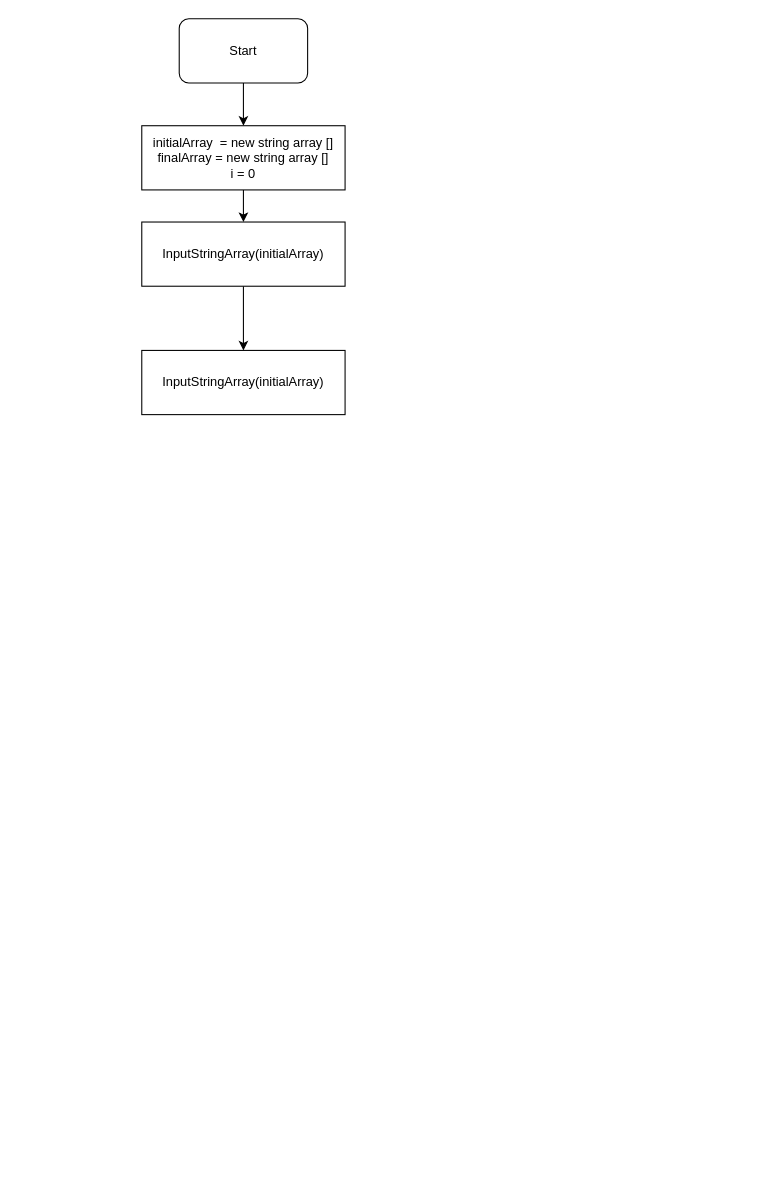
Before: BlockDiagram.drawio in MaksimDorokhin/GBBlock1TestWork, a draw.io diagram. Source tidied: cells renumbered, new cells numbered last; positions are measured from the earlier drawing's top-left corner, leaving out a move shared by most shapes. Both pictures are drawn from the tidied source at 107%, with x=0, y=0 at pixel (141, 18).
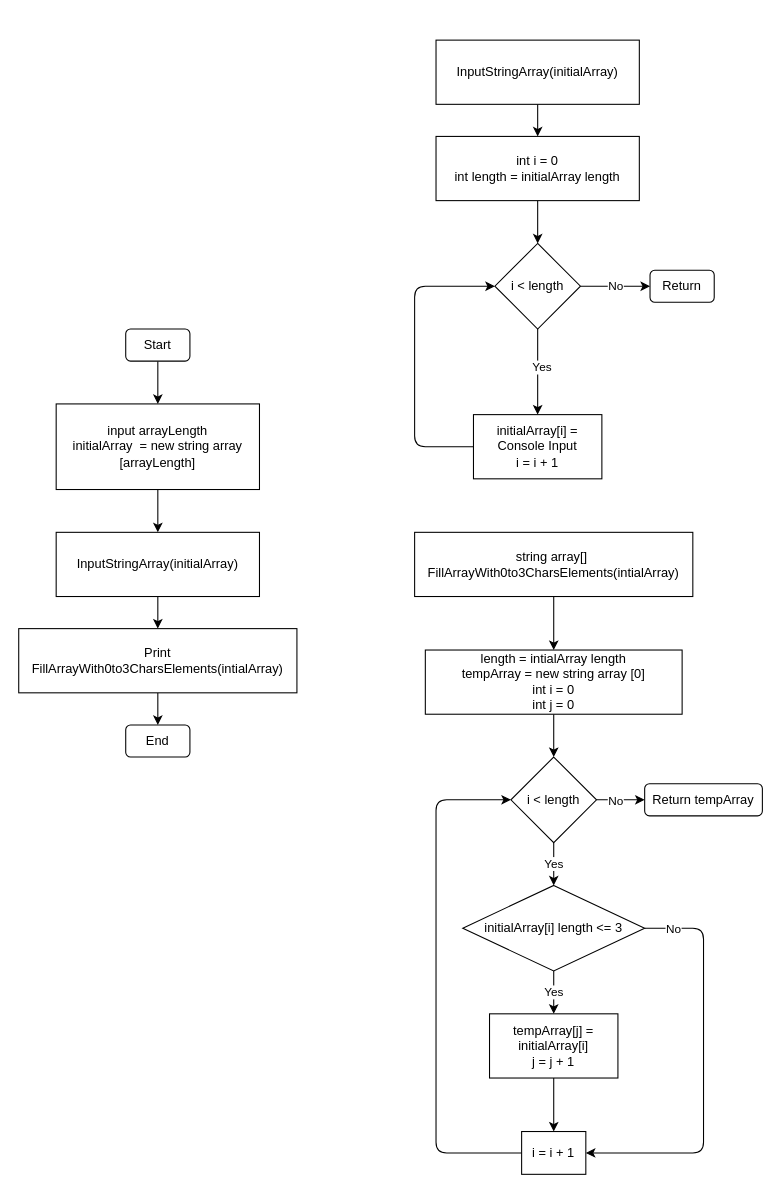
The same page after the edit.

Commit message (it also covers changes not shown here):
Finished Block Diagram editing and added PNG file

The edit, as a diff of the source:
```diff
@@
     <mxCell id="3" value="Start" style="rounded=1;whiteSpace=wrap;html=1;" parent="1" vertex="1">
-      <mxGeometry x="35" width="120" height="60" as="geometry" />
+      <mxGeometry x="-15" y="290" width="60" height="30" as="geometry" />
     </mxCell>
@@
-    <mxCell id="5" value="initialArray&amp;nbsp; = new string array []&lt;br&gt;finalArray = new string array []&lt;br&gt;i = 0" style="rounded=0;whiteSpace=wrap;html=1;" parent="1" vertex="1">
-      <mxGeometry y="100" width="190" height="60" as="geometry" />
+    <mxCell id="5" value="input arrayLength&lt;br&gt;initialArray&amp;nbsp; = new string array [arrayLength]" style="rounded=0;whiteSpace=wrap;html=1;" parent="1" vertex="1">
+      <mxGeometry x="-80" y="360" width="190" height="80" as="geometry" />
     </mxCell>
     <mxCell id="6" style="edgeStyle=none;html=1;entryX=0.5;entryY=0;entryDx=0;entryDy=0;" parent="1" edge="1" source="7">
       <mxGeometry relative="1" as="geometry">
-        <mxPoint x="95" y="310" as="targetPoint" />
+        <mxPoint x="15" y="570" as="targetPoint" />
       </mxGeometry>
     </mxCell>
     <mxCell id="7" value="InputStringArray(initialArray)" style="rounded=0;whiteSpace=wrap;html=1;" parent="1" vertex="1">
-      <mxGeometry y="190" width="190" height="60" as="geometry" />
+      <mxGeometry x="-80" y="480" width="190" height="60" as="geometry" />
     </mxCell>
+    <mxCell id="9" style="edgeStyle=none;html=1;entryX=0.5;entryY=0;entryDx=0;entryDy=0;" parent="1" edge="1" source="8" target="10">
+      <mxGeometry relative="1" as="geometry" />
+    </mxCell>
-    <mxCell id="8" value="InputStringArray(initialArray)" style="rounded=0;whiteSpace=wrap;html=1;" parent="1" vertex="1">
-      <mxGeometry y="310" width="190" height="60" as="geometry" />
+    <mxCell id="8" value="Print FillArrayWith0to3CharsElements(intialArray)" style="rounded=0;whiteSpace=wrap;html=1;" parent="1" vertex="1">
+      <mxGeometry x="-115" y="570" width="260" height="60" as="geometry" />
     </mxCell>
+    <mxCell id="10" value="End" style="rounded=1;whiteSpace=wrap;html=1;" parent="1" vertex="1">
+      <mxGeometry x="-15" y="660" width="60" height="30" as="geometry" />
+    </mxCell>
+    <mxCell id="11" style="edgeStyle=none;html=1;entryX=0.5;entryY=0;entryDx=0;entryDy=0;" parent="1" edge="1" source="12" target="14">
+      <mxGeometry relative="1" as="geometry" />
+    </mxCell>
+    <mxCell id="12" value="InputStringArray(initialArray)" style="rounded=0;whiteSpace=wrap;html=1;" parent="1" vertex="1">
+      <mxGeometry x="275" y="20" width="190" height="60" as="geometry" />
+    </mxCell>
+    <mxCell id="13" style="edgeStyle=none;html=1;entryX=0.5;entryY=0;entryDx=0;entryDy=0;" parent="1" edge="1" source="14" target="18">
+      <mxGeometry relative="1" as="geometry" />
+    </mxCell>
+    <mxCell id="14" value="int i = 0&lt;br&gt;int length = initialArray length" style="rounded=0;whiteSpace=wrap;html=1;" parent="1" vertex="1">
+      <mxGeometry x="275" y="110" width="190" height="60" as="geometry" />
+    </mxCell>
+    <mxCell id="15" style="edgeStyle=none;html=1;exitX=0.5;exitY=1;exitDx=0;exitDy=0;entryX=0.5;entryY=0;entryDx=0;entryDy=0;" parent="1" edge="1" source="18" target="20">
+      <mxGeometry relative="1" as="geometry" />
+    </mxCell>
+    <mxCell id="16" value="Yes" style="edgeLabel;html=1;align=center;verticalAlign=middle;" parent="15" vertex="1">
+      <mxGeometry x="-0.12" y="3" relative="1" as="geometry" />
+    </mxCell>
+    <mxCell id="17" value="No" style="edgeStyle=none;html=1;entryX=0;entryY=0.5;entryDx=0;entryDy=0;" parent="1" edge="1" source="18" target="21">
+      <mxGeometry relative="1" as="geometry" />
+    </mxCell>
+    <mxCell id="18" value="i &amp;lt; length" style="rhombus;whiteSpace=wrap;html=1;" parent="1" vertex="1">
+      <mxGeometry x="330" y="210" width="80" height="80" as="geometry" />
+    </mxCell>
+    <mxCell id="19" style="edgeStyle=none;html=1;entryX=0;entryY=0.5;entryDx=0;entryDy=0;" parent="1" edge="1" source="20" target="18">
+      <mxGeometry relative="1" as="geometry">
+        <Array as="points">
+          <mxPoint x="255" y="400" />
+          <mxPoint x="255" y="250" />
+        </Array>
+      </mxGeometry>
+    </mxCell>
+    <mxCell id="20" value="initialArray[i] = Console Input&lt;br&gt;i = i + 1" style="rounded=0;whiteSpace=wrap;html=1;" parent="1" vertex="1">
+      <mxGeometry x="310" y="370" width="120" height="60" as="geometry" />
+    </mxCell>
+    <mxCell id="21" value="Return" style="rounded=1;whiteSpace=wrap;html=1;" parent="1" vertex="1">
+      <mxGeometry x="475" y="235" width="60" height="30" as="geometry" />
+    </mxCell>
+    <mxCell id="22" style="edgeStyle=none;html=1;exitX=0.5;exitY=1;exitDx=0;exitDy=0;" parent="1" edge="1" source="23" target="25">
+      <mxGeometry relative="1" as="geometry" />
+    </mxCell>
+    <mxCell id="23" value="string array[]&amp;nbsp; FillArrayWith0to3CharsElements(intialArray)" style="rounded=0;whiteSpace=wrap;html=1;" parent="1" vertex="1">
+      <mxGeometry x="255" y="480" width="260" height="60" as="geometry" />
+    </mxCell>
+    <mxCell id="24" style="edgeStyle=none;html=1;entryX=0.5;entryY=0;entryDx=0;entryDy=0;" parent="1" edge="1" source="25" target="29">
+      <mxGeometry relative="1" as="geometry" />
+    </mxCell>
+    <mxCell id="25" value="length = intialArray length&lt;br&gt;tempArray = new string array [0]&lt;br&gt;int i = 0&lt;br&gt;int j = 0" style="rounded=0;whiteSpace=wrap;html=1;" parent="1" vertex="1">
+      <mxGeometry x="265" y="590" width="240" height="60" as="geometry" />
+    </mxCell>
+    <mxCell id="26" value="Yes" style="edgeStyle=none;html=1;exitX=0.5;exitY=1;exitDx=0;exitDy=0;entryX=0.5;entryY=0;entryDx=0;entryDy=0;" parent="1" edge="1" source="29" target="33">
+      <mxGeometry relative="1" as="geometry" />
+    </mxCell>
+    <mxCell id="27" style="edgeStyle=none;html=1;exitX=1;exitY=0.5;exitDx=0;exitDy=0;entryX=0;entryY=0.5;entryDx=0;entryDy=0;" parent="1" edge="1" source="29" target="38">
+      <mxGeometry relative="1" as="geometry" />
+    </mxCell>
+    <mxCell id="28" value="No" style="edgeLabel;html=1;align=center;verticalAlign=middle;" parent="27" vertex="1">
+      <mxGeometry x="-0.26" y="-2" relative="1" as="geometry">
+        <mxPoint y="-2" as="offset" />
+      </mxGeometry>
+    </mxCell>
+    <mxCell id="29" value="i &amp;lt; length" style="rhombus;whiteSpace=wrap;html=1;" parent="1" vertex="1">
+      <mxGeometry x="345" y="690" width="80" height="80" as="geometry" />
+    </mxCell>
+    <mxCell id="30" value="Yes" style="edgeStyle=none;html=1;exitX=0.5;exitY=1;exitDx=0;exitDy=0;entryX=0.5;entryY=0;entryDx=0;entryDy=0;" parent="1" edge="1" source="33" target="35">
+      <mxGeometry relative="1" as="geometry" />
+    </mxCell>
+    <mxCell id="31" style="edgeStyle=none;html=1;entryX=1;entryY=0.5;entryDx=0;entryDy=0;" parent="1" edge="1" source="33" target="37">
+      <mxGeometry relative="1" as="geometry">
+        <Array as="points">
+          <mxPoint x="525" y="850" />
+          <mxPoint x="525" y="1060" />
+          <mxPoint x="455" y="1060" />
+        </Array>
+      </mxGeometry>
+    </mxCell>
+    <mxCell id="32" value="No" style="edgeLabel;html=1;align=center;verticalAlign=middle;" parent="31" vertex="1">
+      <mxGeometry x="-0.86" relative="1" as="geometry" />
+    </mxCell>
+    <mxCell id="33" value="initialArray[i] length &amp;lt;= 3" style="rhombus;whiteSpace=wrap;html=1;" parent="1" vertex="1">
+      <mxGeometry x="300" y="810" width="170" height="80" as="geometry" />
+    </mxCell>
+    <mxCell id="34" style="edgeStyle=none;html=1;entryX=0.5;entryY=0;entryDx=0;entryDy=0;" parent="1" edge="1" source="35" target="37">
+      <mxGeometry relative="1" as="geometry" />
+    </mxCell>
+    <mxCell id="35" value="tempArray[j] = initialArray[i]&lt;br&gt;j = j + 1" style="rounded=0;whiteSpace=wrap;html=1;" parent="1" vertex="1">
+      <mxGeometry x="325" y="930" width="120" height="60" as="geometry" />
+    </mxCell>
+    <mxCell id="36" style="edgeStyle=none;html=1;exitX=0;exitY=0.5;exitDx=0;exitDy=0;entryX=0;entryY=0.5;entryDx=0;entryDy=0;" parent="1" edge="1" source="37" target="29">
+      <mxGeometry relative="1" as="geometry">
+        <Array as="points">
+          <mxPoint x="275" y="1060" />
+          <mxPoint x="275" y="730" />
+        </Array>
+      </mxGeometry>
+    </mxCell>
+    <mxCell id="37" value="i = i + 1" style="rounded=0;whiteSpace=wrap;html=1;" parent="1" vertex="1">
+      <mxGeometry x="355" y="1040" width="60" height="40" as="geometry" />
+    </mxCell>
+    <mxCell id="38" value="Return tempArray" style="rounded=1;whiteSpace=wrap;html=1;" parent="1" vertex="1">
+      <mxGeometry x="470" y="715" width="110" height="30" as="geometry" />
+    </mxCell>
```
